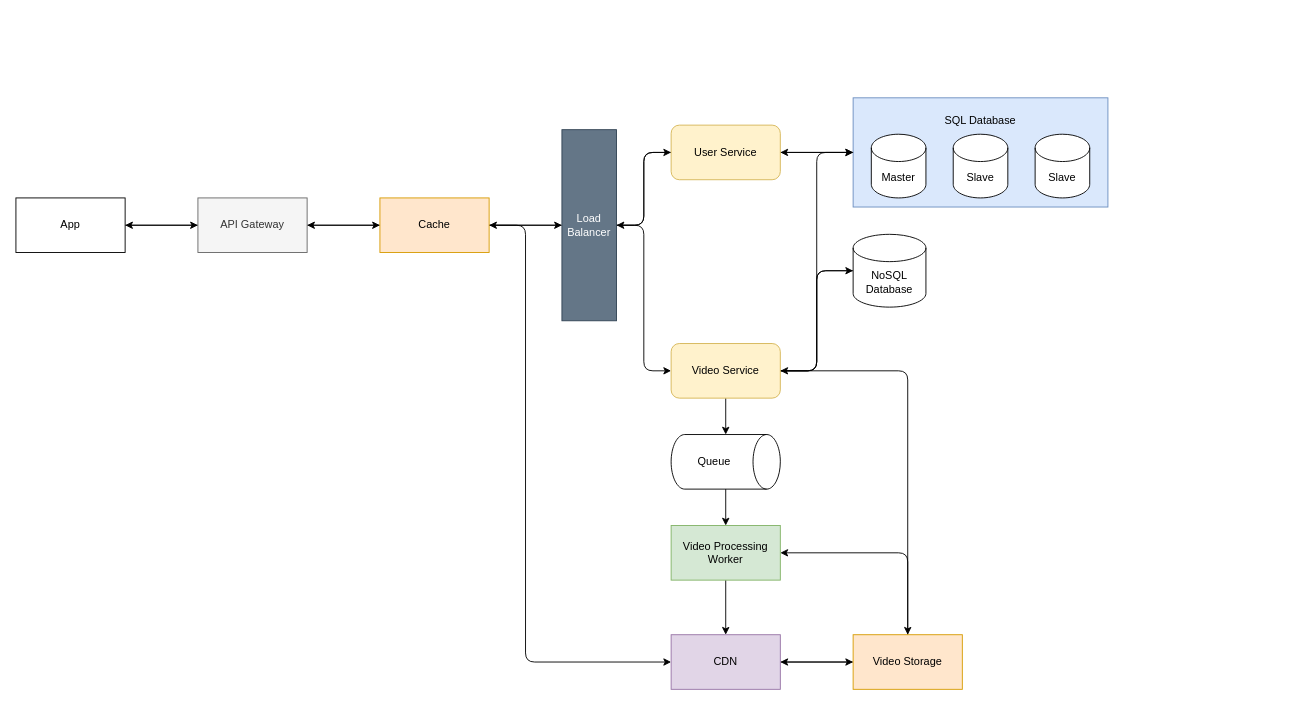
The draw.io diagram TikTok System Design.drawio in purnendukar/MySystemDesigns, before the edit. Source tidied: cells renumbered, new cells numbered last; positions are measured from the earlier drawing's top-left corner, leaving out a move shared by most shapes. Both pictures are drawn from the tidied source at 91%, with x=0, y=0 at pixel (15, 97).
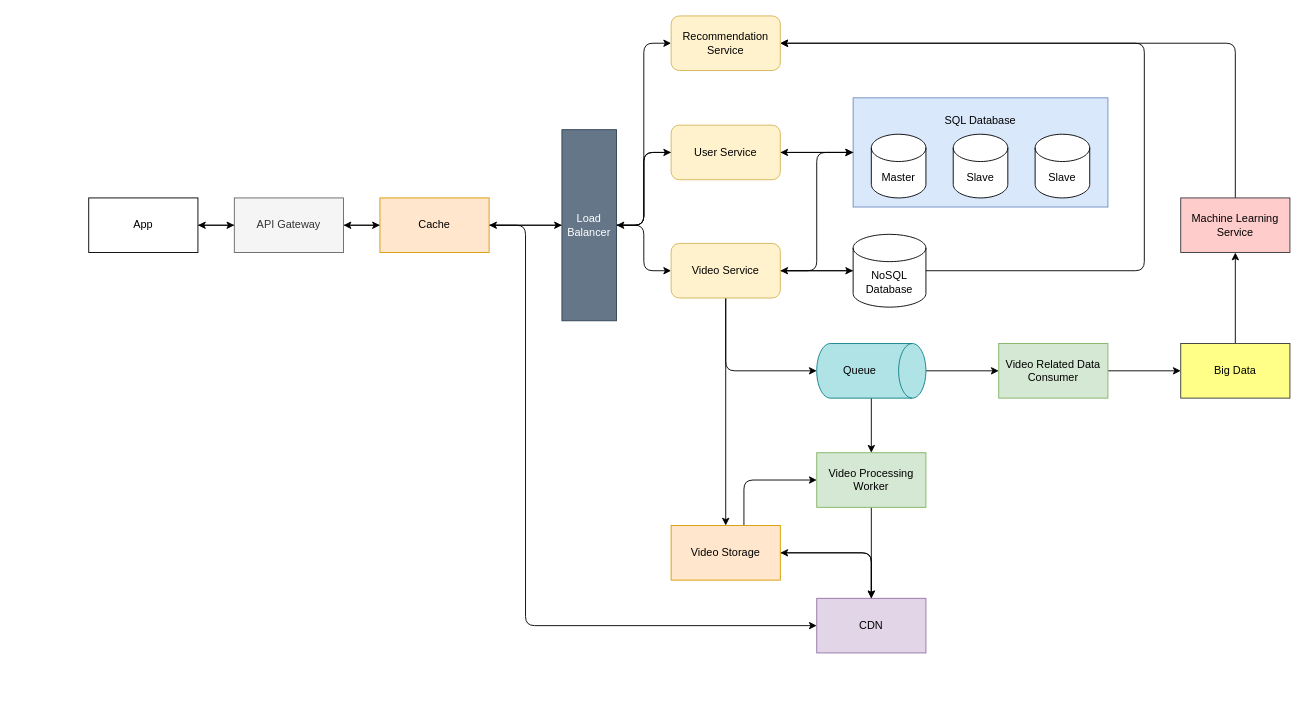
After the change.

The change refers to these unchanged cells:
```xml
<mxCell id="8" value="Load&lt;br&gt;Balancer" style="rounded=0;whiteSpace=wrap;html=1;fillColor=#647687;strokeColor=#314354;fontColor=#ffffff;" parent="1" vertex="1">
  <mxGeometry x="600" y="35" width="60" height="210" as="geometry" />
</mxCell>
<mxCell id="25" value="NoSQL Database" style="shape=cylinder3;whiteSpace=wrap;html=1;boundedLbl=1;backgroundOutline=1;size=15;" parent="1" vertex="1">
  <mxGeometry x="920" y="150" width="80" height="80" as="geometry" />
</mxCell>
<mxCell id="34" value="Cache" style="rounded=0;whiteSpace=wrap;html=1;fillColor=#ffe6cc;strokeColor=#d79b00;" parent="1" vertex="1">
  <mxGeometry x="400" y="110" width="120" height="60" as="geometry" />
</mxCell>
```

Diff of the diagram source:
```diff
@@
     <mxCell id="4" value="API Gateway" style="rounded=0;whiteSpace=wrap;html=1;fillColor=#f5f5f5;fontColor=#333333;strokeColor=#666666;" parent="1" vertex="1">
-      <mxGeometry x="200" y="110" width="120" height="60" as="geometry" />
+      <mxGeometry x="240" y="110" width="120" height="60" as="geometry" />
     </mxCell>
@@
+    <mxCell id="41" style="edgeStyle=orthogonalEdgeStyle;rounded=1;jettySize=auto;html=1;entryX=0;entryY=0.5;entryDx=0;entryDy=0;" parent="1" edge="1" source="8" target="48">
+      <mxGeometry relative="1" as="geometry" />
+    </mxCell>
@@
-    <mxCell id="22" style="edgeStyle=orthogonalEdgeStyle;rounded=1;jettySize=auto;html=1;entryX=0;entryY=0.5;entryDx=0;entryDy=0;entryPerimeter=0;" parent="1" edge="1" source="23" target="38">
-      <mxGeometry relative="1" as="geometry" />
+    <mxCell id="22" style="edgeStyle=orthogonalEdgeStyle;rounded=1;jettySize=auto;html=1;entryX=0.5;entryY=1;entryDx=0;entryDy=0;entryPerimeter=0;" parent="1" edge="1" source="23" target="38">
+      <mxGeometry relative="1" as="geometry">
+        <Array as="points">
+          <mxPoint x="780" y="300" />
+        </Array>
+      </mxGeometry>
     </mxCell>
     <mxCell id="23" value="Video Service" style="rounded=1;whiteSpace=wrap;html=1;fillColor=#fff2cc;strokeColor=#d6b656;" parent="1" vertex="1">
-      <mxGeometry x="720" y="270" width="120" height="60" as="geometry" />
+      <mxGeometry x="720" y="160" width="120" height="60" as="geometry" />
     </mxCell>
@@
+    <mxCell id="42" style="edgeStyle=orthogonalEdgeStyle;rounded=1;jettySize=auto;html=1;" parent="1" edge="1" source="25" target="48">
+      <mxGeometry relative="1" as="geometry">
+        <Array as="points">
+          <mxPoint x="1240" y="190" />
+          <mxPoint x="1240" y="-60" />
+        </Array>
+      </mxGeometry>
+    </mxCell>
@@
-    <mxCell id="26" style="edgeStyle=orthogonalEdgeStyle;rounded=1;jettySize=auto;html=1;entryX=0;entryY=0.5;entryDx=0;entryDy=0;" parent="1" edge="1" source="27" target="30">
-      <mxGeometry relative="1" as="geometry" />
+    <mxCell id="26" style="edgeStyle=orthogonalEdgeStyle;rounded=1;jettySize=auto;html=1;" parent="1" edge="1" source="27" target="30">
+      <mxGeometry relative="1" as="geometry">
+        <Array as="points">
+          <mxPoint x="940" y="500" />
+        </Array>
+      </mxGeometry>
     </mxCell>
     <mxCell id="27" value="CDN" style="rounded=0;whiteSpace=wrap;html=1;fillColor=#e1d5e7;strokeColor=#9673a6;" parent="1" vertex="1">
-      <mxGeometry x="720" y="590" width="120" height="60" as="geometry" />
+      <mxGeometry x="880" y="550" width="120" height="60" as="geometry" />
     </mxCell>
@@
-    <mxCell id="29" style="edgeStyle=orthogonalEdgeStyle;rounded=1;jettySize=auto;html=1;entryX=1;entryY=0.5;entryDx=0;entryDy=0;" parent="1" edge="1" source="30" target="40">
+    <mxCell id="29" style="edgeStyle=orthogonalEdgeStyle;rounded=1;jettySize=auto;html=1;" parent="1" edge="1" source="30" target="40">
       <mxGeometry relative="1" as="geometry">
         <Array as="points">
-          <mxPoint x="980" y="500" />
+          <mxPoint x="800" y="420" />
         </Array>
       </mxGeometry>
     </mxCell>
     <mxCell id="30" value="Video Storage" style="rounded=0;whiteSpace=wrap;html=1;fillColor=#ffe6cc;strokeColor=#d79b00;" parent="1" vertex="1">
-      <mxGeometry x="920" y="590" width="120" height="60" as="geometry" />
+      <mxGeometry x="720" y="470" width="120" height="60" as="geometry" />
     </mxCell>
@@
     <mxCell id="32" style="edgeStyle=orthogonalEdgeStyle;rounded=1;jettySize=auto;html=1;entryX=0;entryY=0.5;entryDx=0;entryDy=0;" parent="1" edge="1" source="34" target="27">
       <mxGeometry relative="1" as="geometry">
         <Array as="points">
           <mxPoint x="560" y="140" />
-          <mxPoint x="560" y="620" />
+          <mxPoint x="560" y="580" />
         </Array>
       </mxGeometry>
     </mxCell>
@@
     <mxCell id="36" value="App" style="rounded=0;whiteSpace=wrap;html=1;" parent="1" vertex="1">
-      <mxGeometry y="110" width="120" height="60" as="geometry" />
+      <mxGeometry x="80" y="110" width="120" height="60" as="geometry" />
     </mxCell>
@@
+    <mxCell id="43" style="edgeStyle=orthogonalEdgeStyle;rounded=1;jettySize=auto;html=1;entryX=0;entryY=0.5;entryDx=0;entryDy=0;" parent="1" edge="1" source="38" target="45">
+      <mxGeometry relative="1" as="geometry" />
+    </mxCell>
-    <mxCell id="38" value="Queue" style="shape=cylinder3;whiteSpace=wrap;html=1;boundedLbl=1;backgroundOutline=1;size=15;direction=south;" parent="1" vertex="1">
-      <mxGeometry x="720" y="370" width="120" height="60" as="geometry" />
+    <mxCell id="38" value="Queue" style="shape=cylinder3;whiteSpace=wrap;html=1;boundedLbl=1;backgroundOutline=1;size=15;direction=south;fillColor=#b0e3e6;strokeColor=#0e8088;" parent="1" vertex="1">
+      <mxGeometry x="880" y="270" width="120" height="60" as="geometry" />
     </mxCell>
@@
     <mxCell id="40" value="Video Processing Worker" style="rounded=0;whiteSpace=wrap;html=1;fillColor=#d5e8d4;strokeColor=#82b366;" parent="1" vertex="1">
-      <mxGeometry x="720" y="470" width="120" height="60" as="geometry" />
+      <mxGeometry x="880" y="390" width="120" height="60" as="geometry" />
     </mxCell>
+    <mxCell id="44" style="edgeStyle=orthogonalEdgeStyle;rounded=1;jettySize=auto;html=1;" parent="1" edge="1" source="45" target="47">
+      <mxGeometry relative="1" as="geometry" />
+    </mxCell>
+    <mxCell id="45" value="Video Related Data Consumer" style="rounded=0;whiteSpace=wrap;html=1;fillColor=#d5e8d4;strokeColor=#82b366;" parent="1" vertex="1">
+      <mxGeometry x="1080" y="270" width="120" height="60" as="geometry" />
+    </mxCell>
+    <mxCell id="46" style="edgeStyle=orthogonalEdgeStyle;rounded=1;jettySize=auto;html=1;entryX=0.5;entryY=1;entryDx=0;entryDy=0;" parent="1" edge="1" source="47" target="50">
+      <mxGeometry relative="1" as="geometry" />
+    </mxCell>
+    <mxCell id="47" value="Big Data" style="whiteSpace=wrap;html=1;fillColor=#ffff88;strokeColor=#36393d;rounded=0;" parent="1" vertex="1">
+      <mxGeometry x="1280" y="270" width="120" height="60" as="geometry" />
+    </mxCell>
+    <mxCell id="48" value="Recommendation Service" style="rounded=1;whiteSpace=wrap;html=1;fillColor=#fff2cc;strokeColor=#d6b656;" parent="1" vertex="1">
+      <mxGeometry x="720" y="-90" width="120" height="60" as="geometry" />
+    </mxCell>
+    <mxCell id="49" style="edgeStyle=orthogonalEdgeStyle;rounded=1;jettySize=auto;html=1;" parent="1" edge="1" source="50" target="48">
+      <mxGeometry relative="1" as="geometry">
+        <Array as="points">
+          <mxPoint x="1340" y="-60" />
+        </Array>
+      </mxGeometry>
+    </mxCell>
+    <mxCell id="50" value="Machine Learning Service" style="rounded=0;whiteSpace=wrap;html=1;fillColor=#ffcccc;strokeColor=#36393d;" parent="1" vertex="1">
+      <mxGeometry x="1280" y="110" width="120" height="60" as="geometry" />
+    </mxCell>
```
